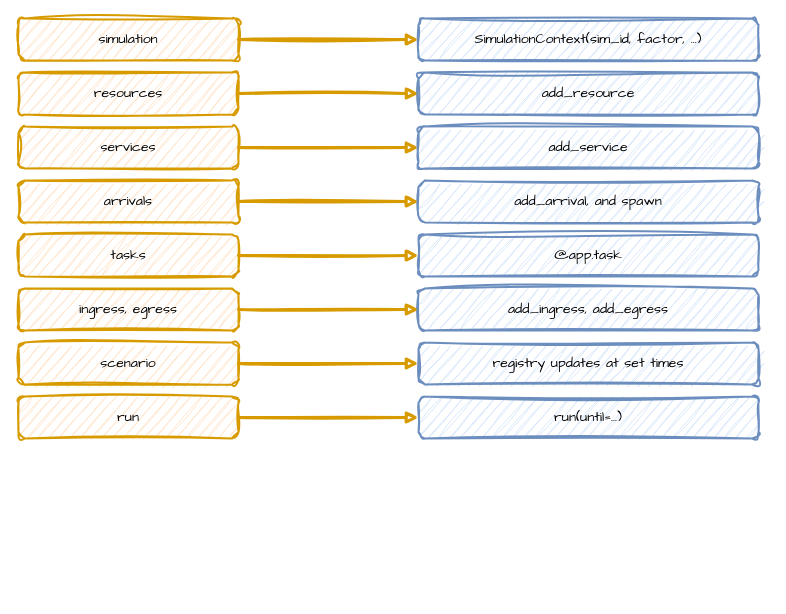
Earlier version of the draw.io diagram docs/assets/diagrams/blueprint-sections.drawio (jaehyeon-kim/desflow). Source tidied: cells renumbered, new cells numbered last; positions are measured from the earlier drawing's top-left corner, leaving out a move shared by most shapes. Both pictures are drawn from the tidied source at 100%, with x=0, y=0 at pixel (18, 18).
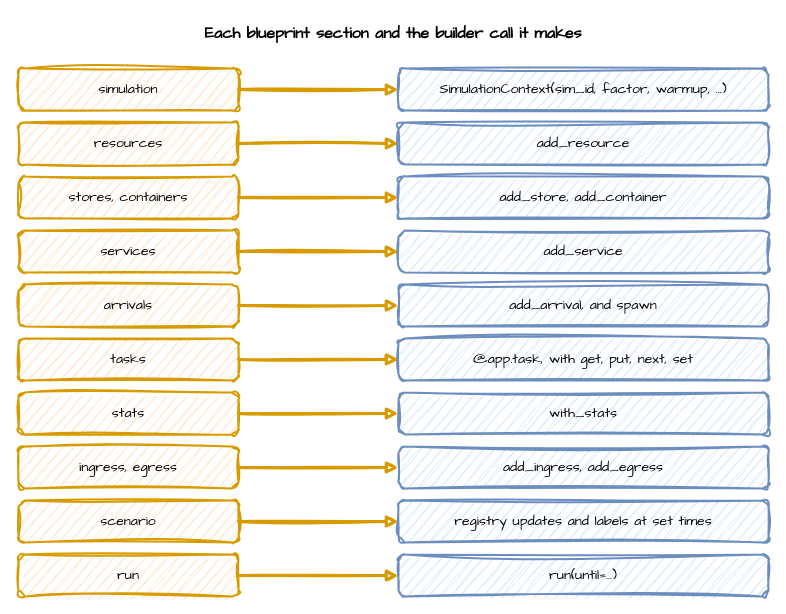
The same page after the edit.

What changed in the source:
```diff
@@
+    <mxCell id="26" value="Each blueprint section and the builder call it makes" style="text;html=1;align=center;verticalAlign=middle;whiteSpace=wrap;fontFamily=Comic Sans MS;fontSize=16;fontStyle=1;" parent="1" vertex="1">
+      <mxGeometry width="750" height="30" as="geometry" />
+    </mxCell>
     <mxCell id="2" value="simulation" style="rounded=1;whiteSpace=wrap;html=1;sketch=1;curveFitting=1;jiggle=2;fontFamily=Comic Sans MS;fontSize=14;fillColor=#ffe6cc;strokeColor=#d79b00;strokeWidth=2;" parent="1" vertex="1">
-      <mxGeometry width="220" height="42" as="geometry" />
+      <mxGeometry y="50" width="220" height="42" as="geometry" />
     </mxCell>
-    <mxCell id="3" value="SimulationContext(sim_id, factor, ...)" style="rounded=1;whiteSpace=wrap;html=1;sketch=1;curveFitting=1;jiggle=2;fontFamily=Comic Sans MS;fontSize=14;fillColor=#dae8fc;strokeColor=#6c8ebf;strokeWidth=2;" parent="1" vertex="1">
-      <mxGeometry x="400" width="340" height="42" as="geometry" />
+    <mxCell id="3" value="SimulationContext(sim_id, factor, warmup, ...)" style="rounded=1;whiteSpace=wrap;html=1;sketch=1;curveFitting=1;jiggle=2;fontFamily=Comic Sans MS;fontSize=14;fillColor=#dae8fc;strokeColor=#6c8ebf;strokeWidth=2;" parent="1" vertex="1">
+      <mxGeometry x="380" y="50" width="370" height="42" as="geometry" />
     </mxCell>
@@
     <mxCell id="5" value="resources" style="rounded=1;whiteSpace=wrap;html=1;sketch=1;curveFitting=1;jiggle=2;fontFamily=Comic Sans MS;fontSize=14;fillColor=#ffe6cc;strokeColor=#d79b00;strokeWidth=2;" parent="1" vertex="1">
-      <mxGeometry y="54" width="220" height="42" as="geometry" />
+      <mxGeometry y="104" width="220" height="42" as="geometry" />
     </mxCell>
     <mxCell id="6" value="add_resource" style="rounded=1;whiteSpace=wrap;html=1;sketch=1;curveFitting=1;jiggle=2;fontFamily=Comic Sans MS;fontSize=14;fillColor=#dae8fc;strokeColor=#6c8ebf;strokeWidth=2;" parent="1" vertex="1">
-      <mxGeometry x="400" y="54" width="340" height="42" as="geometry" />
+      <mxGeometry x="380" y="104" width="370" height="42" as="geometry" />
     </mxCell>
@@
-    <mxCell id="8" value="services" style="rounded=1;whiteSpace=wrap;html=1;sketch=1;curveFitting=1;jiggle=2;fontFamily=Comic Sans MS;fontSize=14;fillColor=#ffe6cc;strokeColor=#d79b00;strokeWidth=2;" parent="1" vertex="1">
-      <mxGeometry y="108" width="220" height="42" as="geometry" />
+    <mxCell id="8" value="stores, containers" style="rounded=1;whiteSpace=wrap;html=1;sketch=1;curveFitting=1;jiggle=2;fontFamily=Comic Sans MS;fontSize=14;fillColor=#ffe6cc;strokeColor=#d79b00;strokeWidth=2;" parent="1" vertex="1">
+      <mxGeometry y="158" width="220" height="42" as="geometry" />
     </mxCell>
-    <mxCell id="9" value="add_service" style="rounded=1;whiteSpace=wrap;html=1;sketch=1;curveFitting=1;jiggle=2;fontFamily=Comic Sans MS;fontSize=14;fillColor=#dae8fc;strokeColor=#6c8ebf;strokeWidth=2;" parent="1" vertex="1">
-      <mxGeometry x="400" y="108" width="340" height="42" as="geometry" />
+    <mxCell id="9" value="add_store, add_container" style="rounded=1;whiteSpace=wrap;html=1;sketch=1;curveFitting=1;jiggle=2;fontFamily=Comic Sans MS;fontSize=14;fillColor=#dae8fc;strokeColor=#6c8ebf;strokeWidth=2;" parent="1" vertex="1">
+      <mxGeometry x="380" y="158" width="370" height="42" as="geometry" />
     </mxCell>
@@
-    <mxCell id="11" value="arrivals" style="rounded=1;whiteSpace=wrap;html=1;sketch=1;curveFitting=1;jiggle=2;fontFamily=Comic Sans MS;fontSize=14;fillColor=#ffe6cc;strokeColor=#d79b00;strokeWidth=2;" parent="1" vertex="1">
-      <mxGeometry y="162" width="220" height="42" as="geometry" />
+    <mxCell id="11" value="services" style="rounded=1;whiteSpace=wrap;html=1;sketch=1;curveFitting=1;jiggle=2;fontFamily=Comic Sans MS;fontSize=14;fillColor=#ffe6cc;strokeColor=#d79b00;strokeWidth=2;" parent="1" vertex="1">
+      <mxGeometry y="212" width="220" height="42" as="geometry" />
     </mxCell>
-    <mxCell id="12" value="add_arrival, and spawn" style="rounded=1;whiteSpace=wrap;html=1;sketch=1;curveFitting=1;jiggle=2;fontFamily=Comic Sans MS;fontSize=14;fillColor=#dae8fc;strokeColor=#6c8ebf;strokeWidth=2;" parent="1" vertex="1">
-      <mxGeometry x="400" y="162" width="340" height="42" as="geometry" />
+    <mxCell id="12" value="add_service" style="rounded=1;whiteSpace=wrap;html=1;sketch=1;curveFitting=1;jiggle=2;fontFamily=Comic Sans MS;fontSize=14;fillColor=#dae8fc;strokeColor=#6c8ebf;strokeWidth=2;" parent="1" vertex="1">
+      <mxGeometry x="380" y="212" width="370" height="42" as="geometry" />
     </mxCell>
@@
-    <mxCell id="14" value="tasks" style="rounded=1;whiteSpace=wrap;html=1;sketch=1;curveFitting=1;jiggle=2;fontFamily=Comic Sans MS;fontSize=14;fillColor=#ffe6cc;strokeColor=#d79b00;strokeWidth=2;" parent="1" vertex="1">
-      <mxGeometry y="216" width="220" height="42" as="geometry" />
+    <mxCell id="14" value="arrivals" style="rounded=1;whiteSpace=wrap;html=1;sketch=1;curveFitting=1;jiggle=2;fontFamily=Comic Sans MS;fontSize=14;fillColor=#ffe6cc;strokeColor=#d79b00;strokeWidth=2;" parent="1" vertex="1">
+      <mxGeometry y="266" width="220" height="42" as="geometry" />
     </mxCell>
-    <mxCell id="15" value="@app.task" style="rounded=1;whiteSpace=wrap;html=1;sketch=1;curveFitting=1;jiggle=2;fontFamily=Comic Sans MS;fontSize=14;fillColor=#dae8fc;strokeColor=#6c8ebf;strokeWidth=2;" parent="1" vertex="1">
-      <mxGeometry x="400" y="216" width="340" height="42" as="geometry" />
+    <mxCell id="15" value="add_arrival, and spawn" style="rounded=1;whiteSpace=wrap;html=1;sketch=1;curveFitting=1;jiggle=2;fontFamily=Comic Sans MS;fontSize=14;fillColor=#dae8fc;strokeColor=#6c8ebf;strokeWidth=2;" parent="1" vertex="1">
+      <mxGeometry x="380" y="266" width="370" height="42" as="geometry" />
     </mxCell>
@@
-    <mxCell id="17" value="ingress, egress" style="rounded=1;whiteSpace=wrap;html=1;sketch=1;curveFitting=1;jiggle=2;fontFamily=Comic Sans MS;fontSize=14;fillColor=#ffe6cc;strokeColor=#d79b00;strokeWidth=2;" parent="1" vertex="1">
-      <mxGeometry y="270" width="220" height="42" as="geometry" />
+    <mxCell id="17" value="tasks" style="rounded=1;whiteSpace=wrap;html=1;sketch=1;curveFitting=1;jiggle=2;fontFamily=Comic Sans MS;fontSize=14;fillColor=#ffe6cc;strokeColor=#d79b00;strokeWidth=2;" parent="1" vertex="1">
+      <mxGeometry y="320" width="220" height="42" as="geometry" />
     </mxCell>
-    <mxCell id="18" value="add_ingress, add_egress" style="rounded=1;whiteSpace=wrap;html=1;sketch=1;curveFitting=1;jiggle=2;fontFamily=Comic Sans MS;fontSize=14;fillColor=#dae8fc;strokeColor=#6c8ebf;strokeWidth=2;" parent="1" vertex="1">
-      <mxGeometry x="400" y="270" width="340" height="42" as="geometry" />
+    <mxCell id="18" value="@app.task, with get, put, next, set" style="rounded=1;whiteSpace=wrap;html=1;sketch=1;curveFitting=1;jiggle=2;fontFamily=Comic Sans MS;fontSize=14;fillColor=#dae8fc;strokeColor=#6c8ebf;strokeWidth=2;" parent="1" vertex="1">
+      <mxGeometry x="380" y="320" width="370" height="42" as="geometry" />
     </mxCell>
@@
-    <mxCell id="20" value="scenario" style="rounded=1;whiteSpace=wrap;html=1;sketch=1;curveFitting=1;jiggle=2;fontFamily=Comic Sans MS;fontSize=14;fillColor=#ffe6cc;strokeColor=#d79b00;strokeWidth=2;" parent="1" vertex="1">
-      <mxGeometry y="324" width="220" height="42" as="geometry" />
+    <mxCell id="20" value="stats" style="rounded=1;whiteSpace=wrap;html=1;sketch=1;curveFitting=1;jiggle=2;fontFamily=Comic Sans MS;fontSize=14;fillColor=#ffe6cc;strokeColor=#d79b00;strokeWidth=2;" parent="1" vertex="1">
+      <mxGeometry y="374" width="220" height="42" as="geometry" />
     </mxCell>
-    <mxCell id="21" value="registry updates at set times" style="rounded=1;whiteSpace=wrap;html=1;sketch=1;curveFitting=1;jiggle=2;fontFamily=Comic Sans MS;fontSize=14;fillColor=#dae8fc;strokeColor=#6c8ebf;strokeWidth=2;" parent="1" vertex="1">
-      <mxGeometry x="400" y="324" width="340" height="42" as="geometry" />
+    <mxCell id="21" value="with_stats" style="rounded=1;whiteSpace=wrap;html=1;sketch=1;curveFitting=1;jiggle=2;fontFamily=Comic Sans MS;fontSize=14;fillColor=#dae8fc;strokeColor=#6c8ebf;strokeWidth=2;" parent="1" vertex="1">
+      <mxGeometry x="380" y="374" width="370" height="42" as="geometry" />
     </mxCell>
@@
-    <mxCell id="23" value="run" style="rounded=1;whiteSpace=wrap;html=1;sketch=1;curveFitting=1;jiggle=2;fontFamily=Comic Sans MS;fontSize=14;fillColor=#ffe6cc;strokeColor=#d79b00;strokeWidth=2;" parent="1" vertex="1">
-      <mxGeometry y="378" width="220" height="42" as="geometry" />
+    <mxCell id="23" value="ingress, egress" style="rounded=1;whiteSpace=wrap;html=1;sketch=1;curveFitting=1;jiggle=2;fontFamily=Comic Sans MS;fontSize=14;fillColor=#ffe6cc;strokeColor=#d79b00;strokeWidth=2;" parent="1" vertex="1">
+      <mxGeometry y="428" width="220" height="42" as="geometry" />
     </mxCell>
-    <mxCell id="24" value="run(until=...)" style="rounded=1;whiteSpace=wrap;html=1;sketch=1;curveFitting=1;jiggle=2;fontFamily=Comic Sans MS;fontSize=14;fillColor=#dae8fc;strokeColor=#6c8ebf;strokeWidth=2;" parent="1" vertex="1">
-      <mxGeometry x="400" y="378" width="340" height="42" as="geometry" />
+    <mxCell id="24" value="add_ingress, add_egress" style="rounded=1;whiteSpace=wrap;html=1;sketch=1;curveFitting=1;jiggle=2;fontFamily=Comic Sans MS;fontSize=14;fillColor=#dae8fc;strokeColor=#6c8ebf;strokeWidth=2;" parent="1" vertex="1">
+      <mxGeometry x="380" y="428" width="370" height="42" as="geometry" />
     </mxCell>
@@
+    <mxCell id="27" value="scenario" style="rounded=1;whiteSpace=wrap;html=1;sketch=1;curveFitting=1;jiggle=2;fontFamily=Comic Sans MS;fontSize=14;fillColor=#ffe6cc;strokeColor=#d79b00;strokeWidth=2;" parent="1" vertex="1">
+      <mxGeometry y="482" width="220" height="42" as="geometry" />
+    </mxCell>
+    <mxCell id="28" value="registry updates and labels at set times" style="rounded=1;whiteSpace=wrap;html=1;sketch=1;curveFitting=1;jiggle=2;fontFamily=Comic Sans MS;fontSize=14;fillColor=#dae8fc;strokeColor=#6c8ebf;strokeWidth=2;" parent="1" vertex="1">
+      <mxGeometry x="380" y="482" width="370" height="42" as="geometry" />
+    </mxCell>
+    <mxCell id="29" style="edgeStyle=orthogonalEdgeStyle;rounded=0;sketch=1;html=1;strokeWidth=3;endArrow=block;strokeColor=#d79b00;fontFamily=Comic Sans MS;fontSize=13;labelBackgroundColor=#ffffff;exitX=1;exitY=0.5;exitDx=0;exitDy=0;entryX=0;entryY=0.5;entryDx=0;entryDy=0;" parent="1" edge="1" source="27" target="28">
+      <mxGeometry relative="1" as="geometry" />
+    </mxCell>
+    <mxCell id="30" value="run" style="rounded=1;whiteSpace=wrap;html=1;sketch=1;curveFitting=1;jiggle=2;fontFamily=Comic Sans MS;fontSize=14;fillColor=#ffe6cc;strokeColor=#d79b00;strokeWidth=2;" parent="1" vertex="1">
+      <mxGeometry y="536" width="220" height="42" as="geometry" />
+    </mxCell>
+    <mxCell id="31" value="run(until=...)" style="rounded=1;whiteSpace=wrap;html=1;sketch=1;curveFitting=1;jiggle=2;fontFamily=Comic Sans MS;fontSize=14;fillColor=#dae8fc;strokeColor=#6c8ebf;strokeWidth=2;" parent="1" vertex="1">
+      <mxGeometry x="380" y="536" width="370" height="42" as="geometry" />
+    </mxCell>
+    <mxCell id="32" style="edgeStyle=orthogonalEdgeStyle;rounded=0;sketch=1;html=1;strokeWidth=3;endArrow=block;strokeColor=#d79b00;fontFamily=Comic Sans MS;fontSize=13;labelBackgroundColor=#ffffff;exitX=1;exitY=0.5;exitDx=0;exitDy=0;entryX=0;entryY=0.5;entryDx=0;entryDy=0;" parent="1" edge="1" source="30" target="31">
+      <mxGeometry relative="1" as="geometry" />
+    </mxCell>
```
